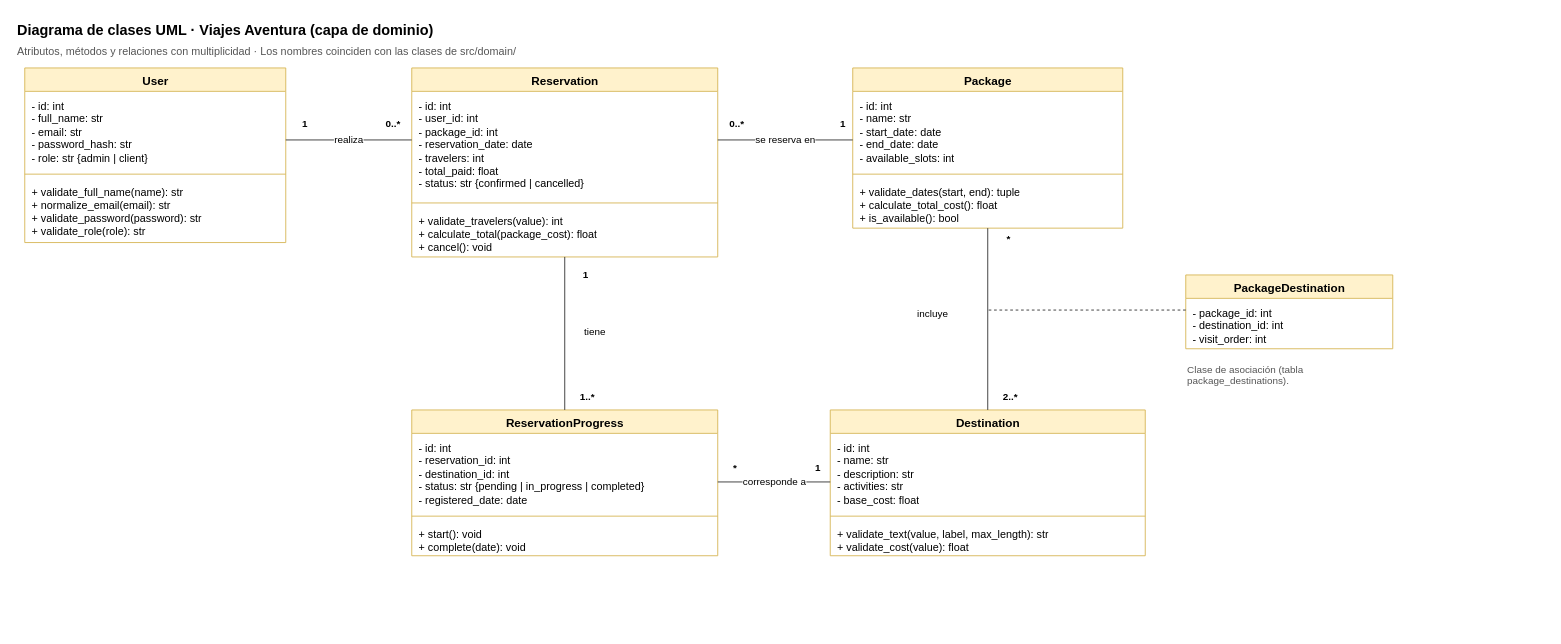
patviez/ViajesAventura-POOS keeps this draw.io diagram as docs/06_clases_uml.drawio. Above is the earlier version. Source tidied: cells renumbered, new cells numbered last; positions are measured from the earlier drawing's top-left corner, leaving out a move shared by most shapes. Both pictures are drawn from the tidied source at 90%, with x=0, y=0 at pixel (15, 15).
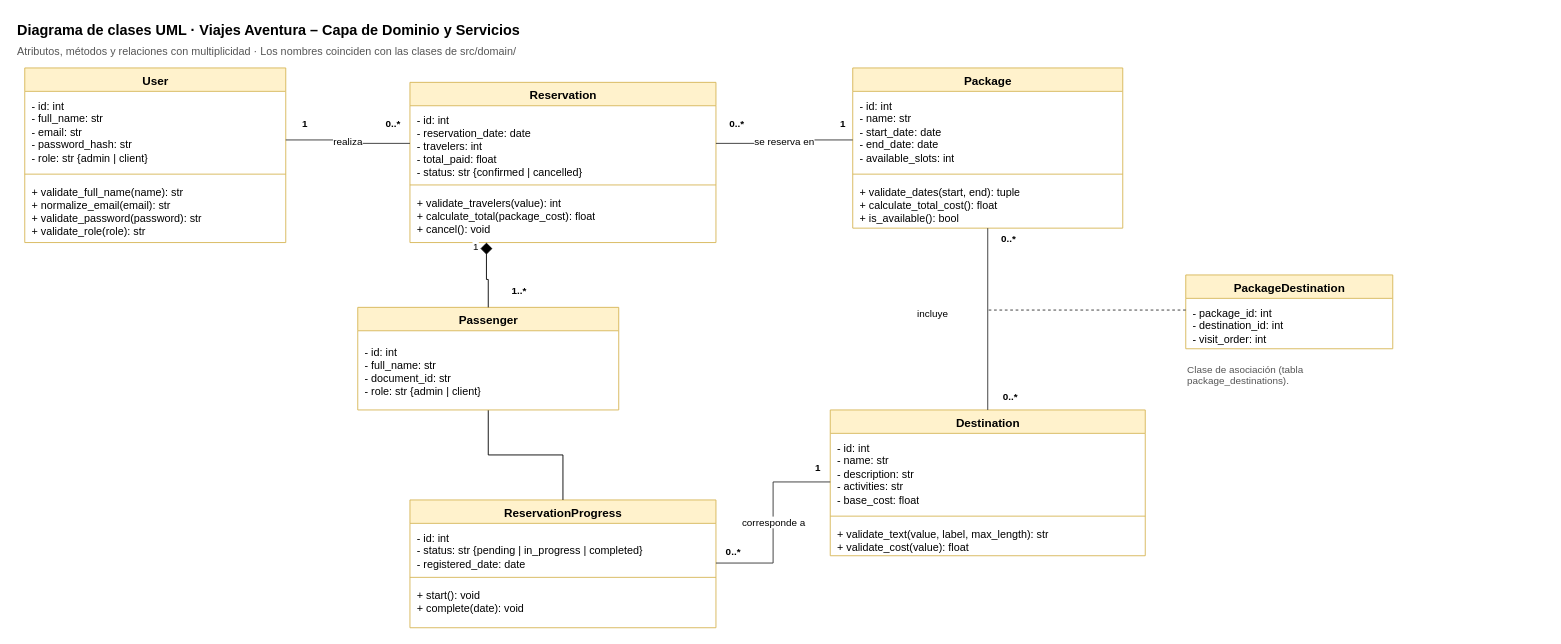
Above is the later version.

The edit, as a diff of the source:
```diff
@@
-    <mxCell id="2" value="Diagrama de clases UML · Viajes Aventura (capa de dominio)" style="text;html=1;align=left;verticalAlign=top;whiteSpace=wrap;fontSize=16;fontStyle=1;" parent="1" vertex="1">
+    <mxCell id="2" value="Diagrama de clases UML · Viajes Aventura – Capa de Dominio y Servicios" style="text;html=1;align=left;verticalAlign=top;whiteSpace=wrap;fontSize=16;fontStyle=1;" parent="1" vertex="1">
       <mxGeometry width="1500" height="24" as="geometry" />
     </mxCell>
@@
     <mxCell id="8" value="Reservation" style="swimlane;fontStyle=1;align=center;verticalAlign=top;startSize=26;html=1;fillColor=#fff2cc;strokeColor=#d6b656;swimlaneFillColor=#ffffff;fontSize=13;" parent="1" vertex="1">
-      <mxGeometry x="440" y="58" width="340" height="210" as="geometry" />
+      <mxGeometry x="438" y="74" width="340" height="178" as="geometry" />
     </mxCell>
-    <mxCell id="9" value="- id: int&lt;br&gt;- user_id: int&lt;br&gt;- package_id: int&lt;br&gt;- reservation_date: date&lt;br&gt;- travelers: int&lt;br&gt;- total_paid: float&lt;br&gt;- status: str {confirmed | cancelled}" style="text;strokeColor=none;fillColor=none;align=left;verticalAlign=top;spacingLeft=6;spacingRight=4;spacingTop=3;overflow=hidden;html=1;fontSize=12;whiteSpace=wrap;" parent="8" vertex="1">
+    <mxCell id="9" value="- id: int&lt;br&gt;- reservation_date: date&lt;br&gt;- travelers: int&lt;br&gt;- total_paid: float&lt;br&gt;- status: str {confirmed | cancelled}" style="text;strokeColor=none;fillColor=none;align=left;verticalAlign=top;spacingLeft=6;spacingRight=4;spacingTop=3;overflow=hidden;html=1;fontSize=12;whiteSpace=wrap;" parent="8" vertex="1">
       <mxGeometry y="26" width="340" height="120" as="geometry" />
     </mxCell>
     <mxCell id="10" style="line;strokeWidth=1;fillColor=none;align=left;verticalAlign=middle;spacingTop=-1;spacingLeft=3;spacingRight=3;labelPosition=right;strokeColor=#d6b656;" parent="8" vertex="1">
-      <mxGeometry y="146" width="340" height="8" as="geometry" />
+      <mxGeometry y="110" width="340" height="8" as="geometry" />
     </mxCell>
     <mxCell id="11" value="+ validate_travelers(value): int&lt;br&gt;+ calculate_total(package_cost): float&lt;br&gt;+ cancel(): void" style="text;strokeColor=none;fillColor=none;align=left;verticalAlign=top;spacingLeft=6;spacingRight=4;spacingTop=3;overflow=hidden;html=1;fontSize=12;whiteSpace=wrap;" parent="8" vertex="1">
-      <mxGeometry y="154" width="340" height="56" as="geometry" />
+      <mxGeometry y="118" width="340" height="56" as="geometry" />
     </mxCell>
@@
     <mxCell id="16" value="ReservationProgress" style="swimlane;fontStyle=1;align=center;verticalAlign=top;startSize=26;html=1;fillColor=#fff2cc;strokeColor=#d6b656;swimlaneFillColor=#ffffff;fontSize=13;" parent="1" vertex="1">
-      <mxGeometry x="440" y="438" width="340" height="162" as="geometry" />
+      <mxGeometry x="438" y="538" width="340" height="142" as="geometry" />
     </mxCell>
-    <mxCell id="17" value="- id: int&lt;br&gt;- reservation_id: int&lt;br&gt;- destination_id: int&lt;br&gt;- status: str {pending | in_progress | completed}&lt;br&gt;- registered_date: date" style="text;strokeColor=none;fillColor=none;align=left;verticalAlign=top;spacingLeft=6;spacingRight=4;spacingTop=3;overflow=hidden;html=1;fontSize=12;whiteSpace=wrap;" parent="16" vertex="1">
-      <mxGeometry y="26" width="340" height="88" as="geometry" />
+    <mxCell id="17" value="- id: int&lt;br&gt;- status: str {pending | in_progress | completed}&lt;br&gt;- registered_date: date" style="text;strokeColor=none;fillColor=none;align=left;verticalAlign=top;spacingLeft=6;spacingRight=4;spacingTop=3;overflow=hidden;html=1;fontSize=12;whiteSpace=wrap;" parent="16" vertex="1">
+      <mxGeometry y="26" width="340" height="64" as="geometry" />
     </mxCell>
     <mxCell id="18" style="line;strokeWidth=1;fillColor=none;align=left;verticalAlign=middle;spacingTop=-1;spacingLeft=3;spacingRight=3;labelPosition=right;strokeColor=#d6b656;" parent="16" vertex="1">
-      <mxGeometry y="114" width="340" height="8" as="geometry" />
+      <mxGeometry y="82" width="340" height="8" as="geometry" />
     </mxCell>
     <mxCell id="19" value="+ start(): void&lt;br&gt;+ complete(date): void" style="text;strokeColor=none;fillColor=none;align=left;verticalAlign=top;spacingLeft=6;spacingRight=4;spacingTop=3;overflow=hidden;html=1;fontSize=12;whiteSpace=wrap;" parent="16" vertex="1">
-      <mxGeometry y="122" width="340" height="40" as="geometry" />
+      <mxGeometry y="90" width="340" height="40" as="geometry" />
     </mxCell>
@@
-    <mxCell id="30" value="1" style="text;html=1;fontSize=11;fontStyle=1;align=center;verticalAlign=middle;" parent="1" vertex="1">
-      <mxGeometry x="616" y="280" width="34" height="16" as="geometry" />
-    </mxCell>
-    <mxCell id="31" value="1..*" style="text;html=1;fontSize=11;fontStyle=1;align=center;verticalAlign=middle;" parent="1" vertex="1">
-      <mxGeometry x="616" y="416" width="38" height="16" as="geometry" />
-    </mxCell>
-    <mxCell id="32" value="*" style="text;html=1;fontSize=11;fontStyle=1;align=center;verticalAlign=middle;" parent="1" vertex="1">
+    <mxCell id="32" value="0..*" style="text;html=1;fontSize=11;fontStyle=1;align=center;verticalAlign=middle;" parent="1" vertex="1">
       <mxGeometry x="1086" y="240" width="34" height="16" as="geometry" />
     </mxCell>
-    <mxCell id="33" value="2..*" style="text;html=1;fontSize=11;fontStyle=1;align=center;verticalAlign=middle;" parent="1" vertex="1">
+    <mxCell id="33" value="0..*" style="text;html=1;fontSize=11;fontStyle=1;align=center;verticalAlign=middle;" parent="1" vertex="1">
       <mxGeometry x="1086" y="416" width="38" height="16" as="geometry" />
     </mxCell>
-    <mxCell id="34" value="*" style="text;html=1;fontSize=11;fontStyle=1;align=center;verticalAlign=middle;" parent="1" vertex="1">
-      <mxGeometry x="782" y="494" width="34" height="16" as="geometry" />
+    <mxCell id="34" value="0..*" style="text;html=1;fontSize=11;fontStyle=1;align=center;verticalAlign=middle;" parent="1" vertex="1">
+      <mxGeometry x="780" y="588" width="34" height="16" as="geometry" />
     </mxCell>
@@
-    <mxCell id="36" value="tiene" style="text;html=1;fontSize=11;align=left;" parent="1" vertex="1">
-      <mxGeometry x="630" y="338" width="60" height="16" as="geometry" />
-    </mxCell>
@@
-    <mxCell id="41" style="html=1;labelBackgroundColor=#ffffff;fontSize=11;strokeColor=#333333;endArrow=none;startArrow=none;endArrow=none;endFill=0;edgeStyle=orthogonalEdgeStyle;rounded=0;jettySize=auto;exitX=0.5;exitY=1;exitDx=0;exitDy=0;entryX=0.5;entryY=0;entryDx=0;entryDy=0;" parent="1" edge="1" source="8" target="16">
-      <mxGeometry relative="1" as="geometry" />
-    </mxCell>
@@
+    <mxCell id="45" style="edgeStyle=orthogonalEdgeStyle;rounded=0;jettySize=auto;html=1;entryX=0.5;entryY=0;entryDx=0;entryDy=0;defaultLabelBackgroundColor=page;labelPadding=0 4;endArrow=none;endFill=0;" parent="1" edge="1" source="46" target="16">
+      <mxGeometry relative="1" as="geometry" />
+    </mxCell>
+    <mxCell id="46" value="Passenger" style="swimlane;fontStyle=1;align=center;verticalAlign=top;startSize=26;html=1;fillColor=#fff2cc;strokeColor=#d6b656;swimlaneFillColor=#ffffff;fontSize=13;" parent="1" vertex="1">
+      <mxGeometry x="380" y="324" width="290" height="114" as="geometry" />
+    </mxCell>
+    <mxCell id="47" value="- id: int&lt;br&gt;- full_name: str&lt;br&gt;- document_id: str&lt;br&gt;- role: str {admin | client}" style="text;strokeColor=none;fillColor=none;align=left;verticalAlign=top;spacingLeft=6;spacingRight=4;spacingTop=3;overflow=hidden;html=1;fontSize=12;whiteSpace=wrap;" parent="46" vertex="1">
+      <mxGeometry y="34" width="290" height="88" as="geometry" />
+    </mxCell>
+    <mxCell id="48" style="edgeStyle=orthogonalEdgeStyle;rounded=0;jettySize=auto;html=1;entryX=0.25;entryY=1;entryDx=0;entryDy=0;defaultLabelBackgroundColor=page;labelPadding=0 4;endArrow=diamond;endFill=1;endSize=11;exitX=0.5;exitY=0;exitDx=0;exitDy=0;" parent="1" edge="1" source="46" target="8">
+      <mxGeometry x="0.01" relative="1" as="geometry" />
+    </mxCell>
+    <mxCell id="30" value="1" style="edgeLabel;html=1;align=center;verticalAlign=middle;inheritText=1;defaultLabelBackgroundColor=page;labelPadding=0 4;" parent="48" vertex="1">
+      <mxGeometry x="0.86" y="4" relative="1" as="geometry">
+        <mxPoint x="-9" y="-1" as="offset" />
+      </mxGeometry>
+    </mxCell>
+    <mxCell id="31" value="1..*" style="text;html=1;fontSize=11;fontStyle=1;align=center;verticalAlign=middle;" parent="1" vertex="1">
+      <mxGeometry x="540" y="298" width="38" height="16" as="geometry" />
+    </mxCell>
```
